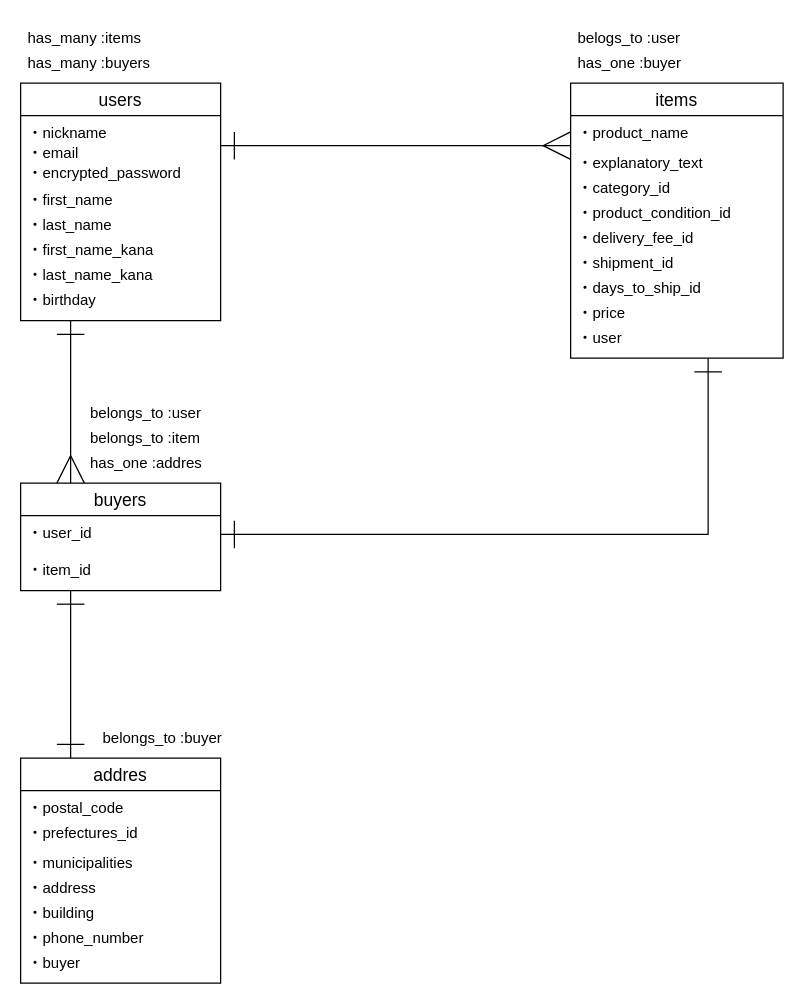
Earlier version of the draw.io diagram furima.dio (shimazaki-koji/furima-33364). Source tidied: cells renumbered, new cells numbered last; positions are measured from the earlier drawing's top-left corner, leaving out a move shared by most shapes. Both pictures are drawn from the tidied source at 125%, with x=0, y=0 at pixel (20, 20).
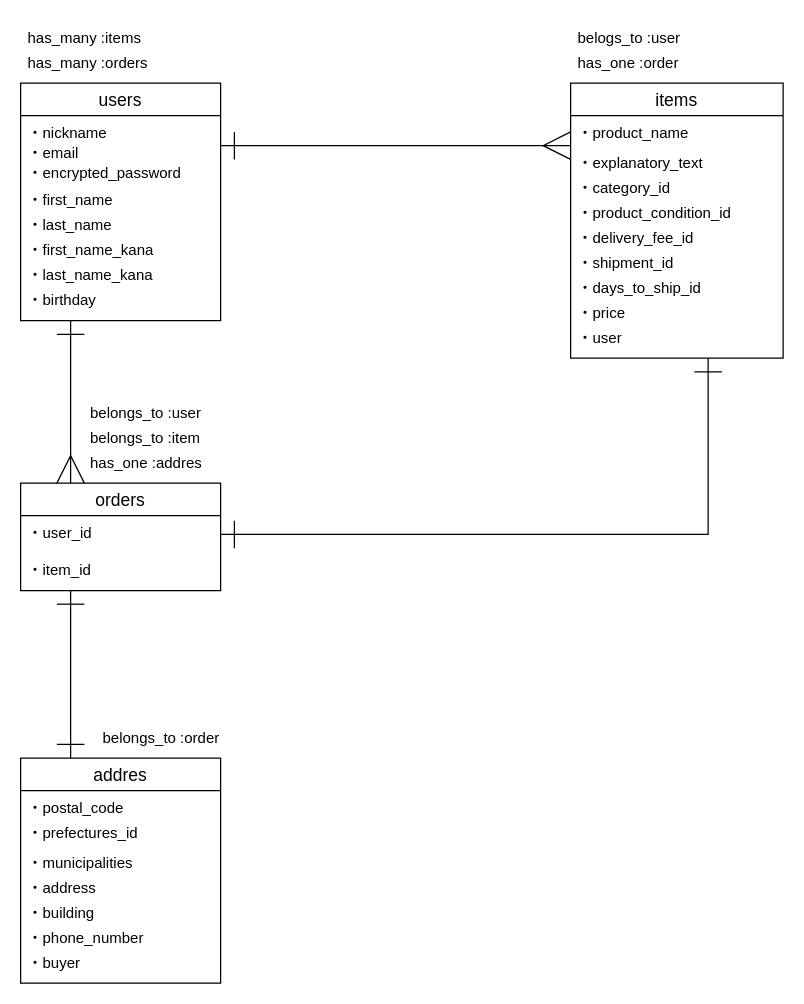
After the change.

Change to the diagram source:
```diff
@@
-    <mxCell id="22" value="buyers" style="swimlane;fontStyle=0;horizontal=1;startSize=26;align=center;fontSize=14;" parent="1" vertex="1">
+    <mxCell id="22" value="orders" style="swimlane;fontStyle=0;horizontal=1;startSize=26;align=center;fontSize=14;" parent="1" vertex="1">
       <mxGeometry y="370" width="160" height="86" as="geometry" />
     </mxCell>
@@
-    <mxCell id="34" value="has_many :buyers" style="text;strokeColor=none;fillColor=none;spacingLeft=4;spacingRight=4;overflow=hidden;fontSize=12;" parent="1" vertex="1">
+    <mxCell id="34" value="has_many :orders" style="text;strokeColor=none;fillColor=none;spacingLeft=4;spacingRight=4;overflow=hidden;fontSize=12;" parent="1" vertex="1">
       <mxGeometry y="20" width="160" height="30" as="geometry" />
     </mxCell>
@@
-    <mxCell id="36" value="has_one :buyer" style="text;strokeColor=none;fillColor=none;spacingLeft=4;spacingRight=4;overflow=hidden;fontSize=12;" parent="1" vertex="1">
+    <mxCell id="36" value="has_one :order" style="text;strokeColor=none;fillColor=none;spacingLeft=4;spacingRight=4;overflow=hidden;fontSize=12;" parent="1" vertex="1">
       <mxGeometry x="440" y="20" width="160" height="30" as="geometry" />
     </mxCell>
@@
-    <mxCell id="40" value="belongs_to :buyer" style="text;strokeColor=none;fillColor=none;spacingLeft=4;spacingRight=4;overflow=hidden;fontSize=12;" parent="1" vertex="1">
+    <mxCell id="40" value="belongs_to :order" style="text;strokeColor=none;fillColor=none;spacingLeft=4;spacingRight=4;overflow=hidden;fontSize=12;" parent="1" vertex="1">
       <mxGeometry x="60" y="560" width="160" height="30" as="geometry" />
     </mxCell>
```
